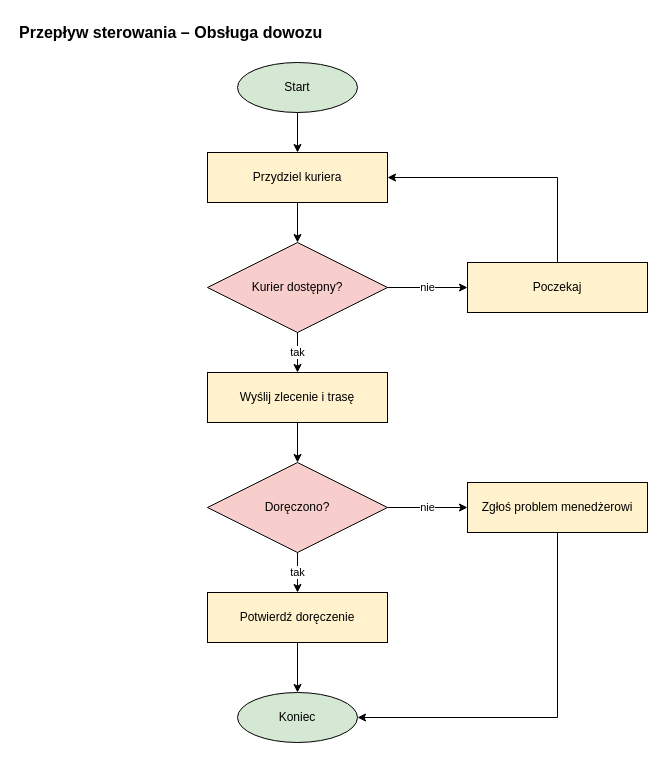
The draw.io diagram diagramy/03_przeplyw_sterowania/cfd_5_dowoz.drawio in olimo54323/OiZPI-laboratorium, before the edit. Source tidied: cells renumbered, new cells numbered last; positions are measured from the earlier drawing's top-left corner, leaving out a move shared by most shapes. Both pictures are drawn from the tidied source at 100%, with x=0, y=0 at pixel (17, 17).
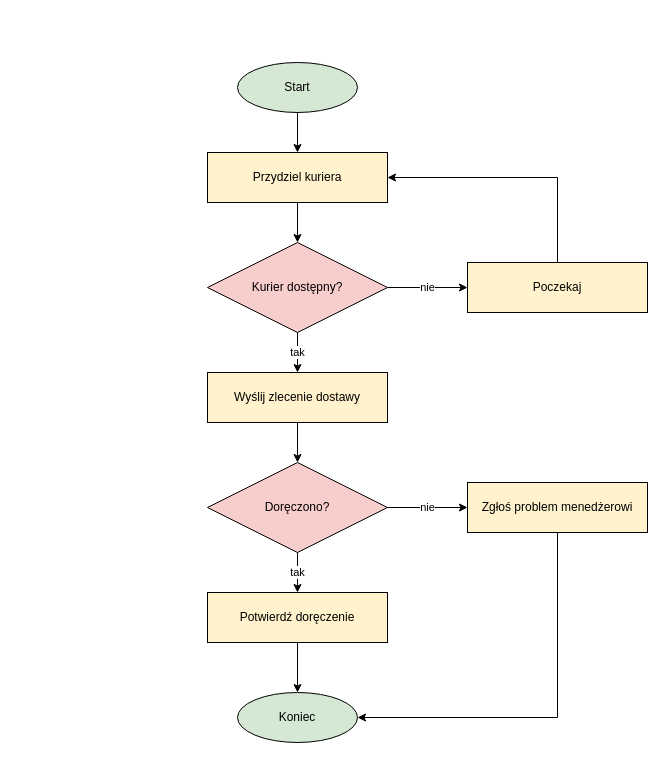
After the change.

The edit, as a diff of the source:
```diff
@@
-    <mxCell id="2" value="Przepływ sterowania – Obsługa dowozu" style="text;html=1;align=left;verticalAlign=middle;fontSize=16;fontStyle=1;" parent="1" vertex="1">
-      <mxGeometry width="420" height="30" as="geometry" />
-    </mxCell>
@@
-    <mxCell id="6" value="Wyślij zlecenie i trasę" style="rounded=0;whiteSpace=wrap;html=1;fillColor=#fff2cc;strokeColor=#000000;fontSize=12;" parent="1" vertex="1">
+    <mxCell id="6" value="Wyślij zlecenie dostawy" style="rounded=0;whiteSpace=wrap;html=1;fillColor=#fff2cc;strokeColor=#000000;fontSize=12;" parent="1" vertex="1">
       <mxGeometry x="190" y="355" width="180" height="50" as="geometry" />
     </mxCell>
```
